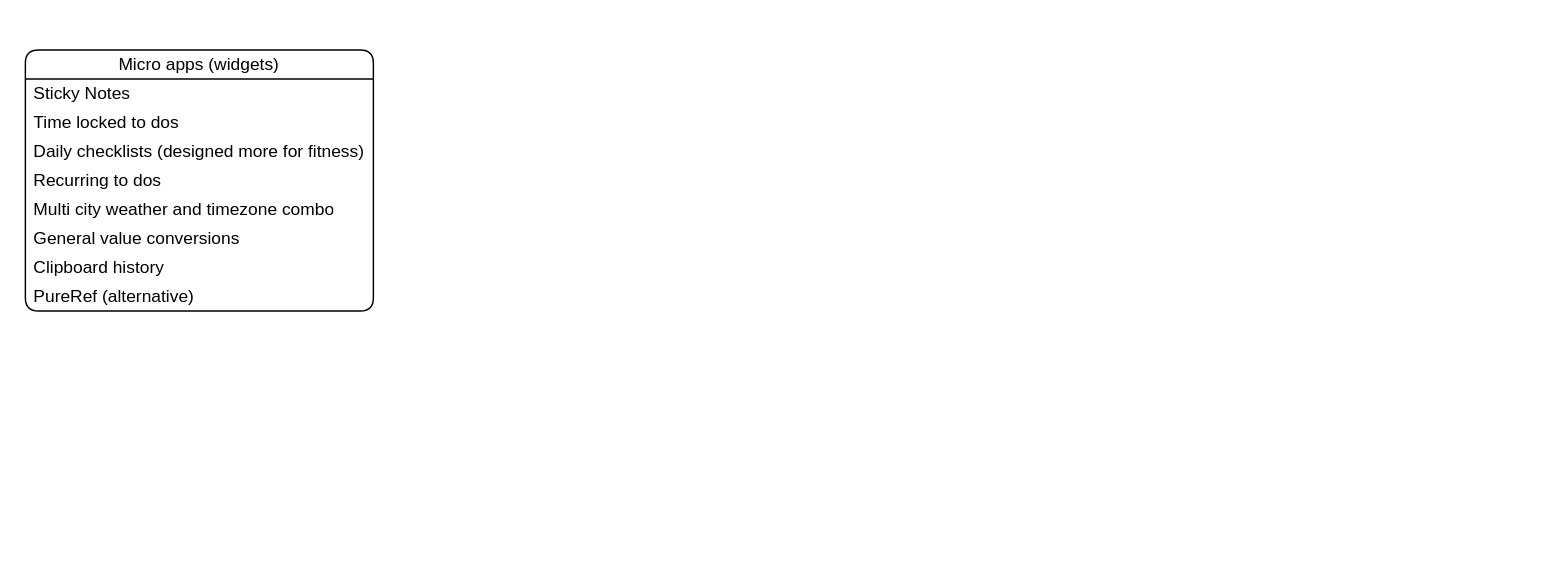
This is page "Brainstorm" (2 of 2) of Documentation/Pipit.drawio from CawLabs/Pipit, a draw.io file, before an edit. Source tidied: cells renumbered, new cells numbered last; positions are measured from the earlier drawing's top-left corner, leaving out a move shared by most shapes. Both pictures are drawn from the tidied source at 145%, with x=0, y=0 at pixel (25, 49).
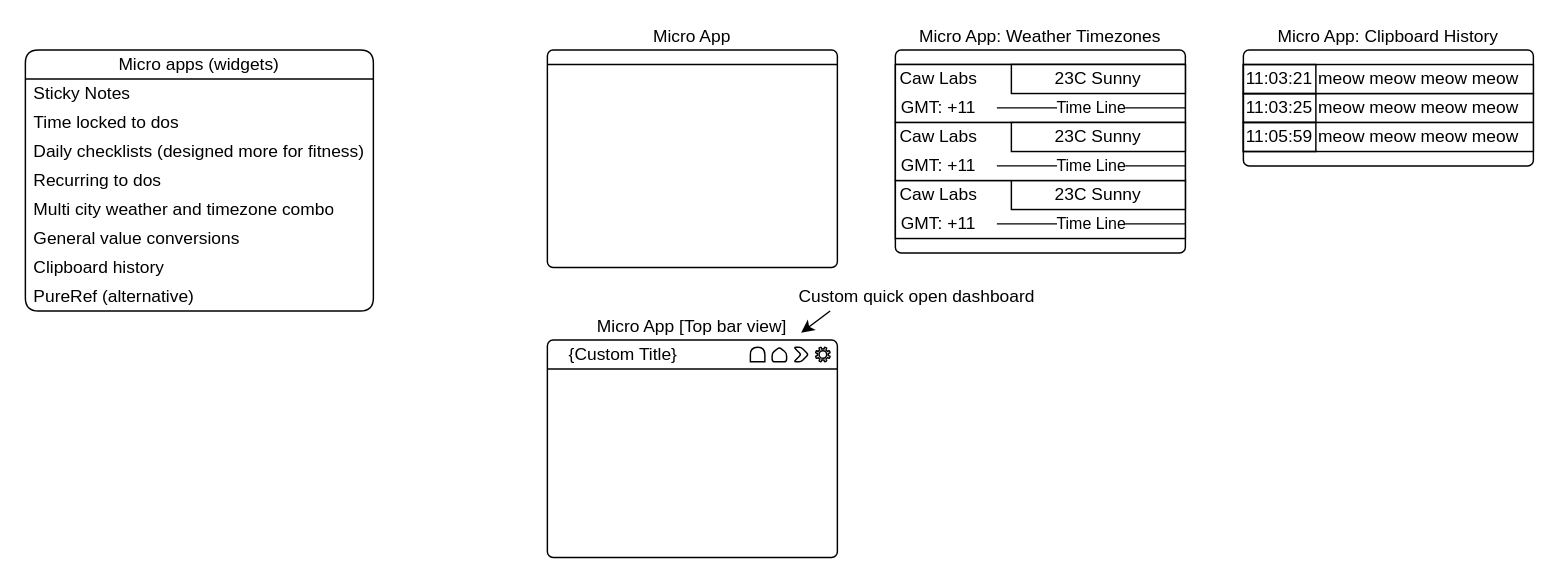
After the change.

Commit message:
Added Micro app widget layout examples

The edit, as a diff of the source:
```diff
@@
+    <mxCell id="11" value="Micro App" style="rounded=1;whiteSpace=wrap;html=1;absoluteArcSize=1;arcSize=8;labelPosition=center;verticalLabelPosition=top;align=center;verticalAlign=bottom;" parent="1" vertex="1">
+      <mxGeometry x="360" width="200" height="150" as="geometry" />
+    </mxCell>
+    <mxCell id="12" style="endArrow=none;html=1;rounded=0;" parent="11" edge="1">
+      <mxGeometry relative="1" as="geometry">
+        <mxPoint y="10" as="sourcePoint" />
+        <mxPoint x="200" y="10" as="targetPoint" />
+      </mxGeometry>
+    </mxCell>
+    <mxCell id="13" value="Micro App: Weather Timezones" style="rounded=1;whiteSpace=wrap;html=1;absoluteArcSize=1;arcSize=8;labelPosition=center;verticalLabelPosition=top;align=center;verticalAlign=bottom;" parent="1" vertex="1">
+      <mxGeometry x="600" width="200" height="140" as="geometry" />
+    </mxCell>
+    <mxCell id="14" style="endArrow=none;html=1;rounded=0;" parent="13" edge="1">
+      <mxGeometry relative="1" as="geometry">
+        <mxPoint y="10" as="sourcePoint" />
+        <mxPoint x="200" y="10" as="targetPoint" />
+      </mxGeometry>
+    </mxCell>
+    <mxCell id="15" style="rounded=0;whiteSpace=wrap;html=1;absoluteArcSize=1;arcSize=8;labelPosition=center;verticalLabelPosition=top;align=center;verticalAlign=bottom;" parent="13" vertex="1">
+      <mxGeometry y="10" width="200" height="40" as="geometry" />
+    </mxCell>
+    <mxCell id="16" value="Caw Labs" style="text;html=1;whiteSpace=wrap;strokeColor=none;fillColor=none;align=center;verticalAlign=middle;rounded=0;" parent="15" vertex="1">
+      <mxGeometry width="60" height="20" as="geometry" />
+    </mxCell>
+    <mxCell id="17" value="GMT: +11" style="text;html=1;whiteSpace=wrap;strokeColor=none;fillColor=none;align=center;verticalAlign=middle;rounded=0;" parent="15" vertex="1">
+      <mxGeometry y="20" width="60" height="20" as="geometry" />
+    </mxCell>
+    <mxCell id="18" value="23C Sunny" style="rounded=0;whiteSpace=wrap;html=1;" parent="15" vertex="1">
+      <mxGeometry x="80" width="120" height="20" as="geometry" />
+    </mxCell>
+    <mxCell id="19" value="Time Line" style="endArrow=none;html=1;rounded=0;" parent="15" edge="1">
+      <mxGeometry relative="1" as="geometry">
+        <mxPoint x="70" y="29.9" as="sourcePoint" />
+        <mxPoint x="200" y="29.9" as="targetPoint" />
+      </mxGeometry>
+    </mxCell>
+    <mxCell id="20" style="rounded=0;whiteSpace=wrap;html=1;absoluteArcSize=1;arcSize=8;labelPosition=center;verticalLabelPosition=top;align=center;verticalAlign=bottom;" parent="13" vertex="1">
+      <mxGeometry y="90" width="200" height="40" as="geometry" />
+    </mxCell>
+    <mxCell id="21" value="Caw Labs" style="text;html=1;whiteSpace=wrap;strokeColor=none;fillColor=none;align=center;verticalAlign=middle;rounded=0;" parent="20" vertex="1">
+      <mxGeometry width="60" height="20" as="geometry" />
+    </mxCell>
+    <mxCell id="22" value="GMT: +11" style="text;html=1;whiteSpace=wrap;strokeColor=none;fillColor=none;align=center;verticalAlign=middle;rounded=0;" parent="20" vertex="1">
+      <mxGeometry y="20" width="60" height="20" as="geometry" />
+    </mxCell>
+    <mxCell id="23" value="23C Sunny" style="rounded=0;whiteSpace=wrap;html=1;" parent="20" vertex="1">
+      <mxGeometry x="80" width="120" height="20" as="geometry" />
+    </mxCell>
+    <mxCell id="24" value="Time Line" style="endArrow=none;html=1;rounded=0;" parent="20" edge="1">
+      <mxGeometry relative="1" as="geometry">
+        <mxPoint x="70" y="29.9" as="sourcePoint" />
+        <mxPoint x="200" y="29.9" as="targetPoint" />
+      </mxGeometry>
+    </mxCell>
+    <mxCell id="25" style="rounded=0;whiteSpace=wrap;html=1;absoluteArcSize=1;arcSize=8;labelPosition=center;verticalLabelPosition=top;align=center;verticalAlign=bottom;" parent="1" vertex="1">
+      <mxGeometry x="600" y="50" width="200" height="40" as="geometry" />
+    </mxCell>
+    <mxCell id="26" value="Caw Labs" style="text;html=1;whiteSpace=wrap;strokeColor=none;fillColor=none;align=center;verticalAlign=middle;rounded=0;" parent="25" vertex="1">
+      <mxGeometry width="60" height="20" as="geometry" />
+    </mxCell>
+    <mxCell id="27" value="GMT: +11" style="text;html=1;whiteSpace=wrap;strokeColor=none;fillColor=none;align=center;verticalAlign=middle;rounded=0;" parent="25" vertex="1">
+      <mxGeometry y="20" width="60" height="20" as="geometry" />
+    </mxCell>
+    <mxCell id="28" value="23C Sunny" style="rounded=0;whiteSpace=wrap;html=1;" parent="25" vertex="1">
+      <mxGeometry x="80" width="120" height="20" as="geometry" />
+    </mxCell>
+    <mxCell id="29" value="Time Line" style="endArrow=none;html=1;rounded=0;" parent="25" edge="1">
+      <mxGeometry relative="1" as="geometry">
+        <mxPoint x="70" y="29.9" as="sourcePoint" />
+        <mxPoint x="200" y="29.9" as="targetPoint" />
+      </mxGeometry>
+    </mxCell>
+    <mxCell id="30" value="Micro App: Clipboard History" style="rounded=1;whiteSpace=wrap;html=1;absoluteArcSize=1;arcSize=8;labelPosition=center;verticalLabelPosition=top;align=center;verticalAlign=bottom;" parent="1" vertex="1">
+      <mxGeometry x="840" width="200" height="80" as="geometry" />
+    </mxCell>
+    <mxCell id="31" style="rounded=0;whiteSpace=wrap;html=1;absoluteArcSize=1;arcSize=8;labelPosition=center;verticalLabelPosition=top;align=center;verticalAlign=bottom;" parent="30" vertex="1">
+      <mxGeometry y="30" width="200" height="20" as="geometry" />
+    </mxCell>
+    <mxCell id="32" value="11:03:25" style="text;html=1;whiteSpace=wrap;strokeColor=default;fillColor=none;align=center;verticalAlign=middle;rounded=0;" parent="31" vertex="1">
+      <mxGeometry width="50" height="20" as="geometry" />
+    </mxCell>
+    <mxCell id="33" value="meow meow meow meow&amp;nbsp;" style="text;html=1;whiteSpace=wrap;strokeColor=none;fillColor=none;align=left;verticalAlign=middle;rounded=0;" parent="31" vertex="1">
+      <mxGeometry x="50" width="150" height="20" as="geometry" />
+    </mxCell>
+    <mxCell id="34" style="rounded=0;whiteSpace=wrap;html=1;absoluteArcSize=1;arcSize=8;labelPosition=center;verticalLabelPosition=top;align=center;verticalAlign=bottom;" parent="30" vertex="1">
+      <mxGeometry y="50" width="200" height="20" as="geometry" />
+    </mxCell>
+    <mxCell id="35" value="11:05:59" style="text;html=1;whiteSpace=wrap;strokeColor=default;fillColor=none;align=center;verticalAlign=middle;rounded=0;" parent="34" vertex="1">
+      <mxGeometry width="50" height="20" as="geometry" />
+    </mxCell>
+    <mxCell id="36" value="meow meow meow meow&amp;nbsp;" style="text;html=1;whiteSpace=wrap;strokeColor=none;fillColor=none;align=left;verticalAlign=middle;rounded=0;" parent="34" vertex="1">
+      <mxGeometry x="50" width="150" height="20" as="geometry" />
+    </mxCell>
+    <mxCell id="37" style="rounded=0;whiteSpace=wrap;html=1;absoluteArcSize=1;arcSize=8;labelPosition=center;verticalLabelPosition=top;align=center;verticalAlign=bottom;" parent="30" vertex="1">
+      <mxGeometry y="10" width="200" height="20" as="geometry" />
+    </mxCell>
+    <mxCell id="38" value="11:03:21" style="text;html=1;whiteSpace=wrap;strokeColor=default;fillColor=none;align=center;verticalAlign=middle;rounded=0;" parent="37" vertex="1">
+      <mxGeometry width="50" height="20" as="geometry" />
+    </mxCell>
+    <mxCell id="39" value="meow meow meow meow&amp;nbsp;" style="text;html=1;whiteSpace=wrap;strokeColor=none;fillColor=none;align=left;verticalAlign=middle;rounded=0;" parent="37" vertex="1">
+      <mxGeometry x="50" width="150" height="20" as="geometry" />
+    </mxCell>
+    <mxCell id="40" value="Micro App [Top bar view]" style="rounded=1;whiteSpace=wrap;html=1;absoluteArcSize=1;arcSize=8;labelPosition=center;verticalLabelPosition=top;align=center;verticalAlign=bottom;" parent="1" vertex="1">
+      <mxGeometry x="360" y="200" width="200" height="150" as="geometry" />
+    </mxCell>
+    <mxCell id="41" style="endArrow=none;html=1;rounded=0;" parent="40" edge="1">
+      <mxGeometry relative="1" as="geometry">
+        <mxPoint y="20" as="sourcePoint" />
+        <mxPoint x="200" y="20" as="targetPoint" />
+      </mxGeometry>
+    </mxCell>
+    <mxCell id="42" style="sketch=0;shadow=0;dashed=0;html=1;labelPosition=center;verticalLabelPosition=bottom;verticalAlign=top;align=center;shape=mxgraph.office.concepts.settings;" parent="40" vertex="1">
+      <mxGeometry x="185" y="5" width="10" height="10" as="geometry" />
+    </mxCell>
+    <mxCell id="43" style="shape=step;perimeter=stepPerimeter;whiteSpace=wrap;html=1;fixedSize=1;rounded=1;size=5;arcSize=3;" parent="40" vertex="1">
+      <mxGeometry x="170" y="5" width="10" height="10" as="geometry" />
+    </mxCell>
+    <mxCell id="44" style="shape=loopLimit;whiteSpace=wrap;html=1;size=10;rounded=1;arcSize=4;" parent="40" vertex="1">
+      <mxGeometry x="155" y="5" width="10" height="10" as="geometry" />
+    </mxCell>
+    <mxCell id="45" style="shape=delay;whiteSpace=wrap;html=1;direction=north;" parent="40" vertex="1">
+      <mxGeometry x="140" y="5" width="10" height="10" as="geometry" />
+    </mxCell>
+    <mxCell id="46" value="{Custom Title}" style="text;html=1;whiteSpace=wrap;strokeColor=none;fillColor=none;align=center;verticalAlign=middle;rounded=0;" parent="40" vertex="1">
+      <mxGeometry x="5" y="5" width="95" height="10" as="geometry" />
+    </mxCell>
+    <mxCell id="47" style="endArrow=classic;html=1;rounded=0;" parent="1" edge="1">
+      <mxGeometry relative="1" as="geometry">
+        <mxPoint x="555" y="180" as="sourcePoint" />
+        <mxPoint x="535" y="195" as="targetPoint" />
+      </mxGeometry>
+    </mxCell>
+    <mxCell id="48" value="Custom quick open dashboard" style="text;html=1;whiteSpace=wrap;strokeColor=none;fillColor=none;align=center;verticalAlign=middle;rounded=0;" parent="1" vertex="1">
+      <mxGeometry x="530" y="160" width="170" height="20" as="geometry" />
+    </mxCell>
```
